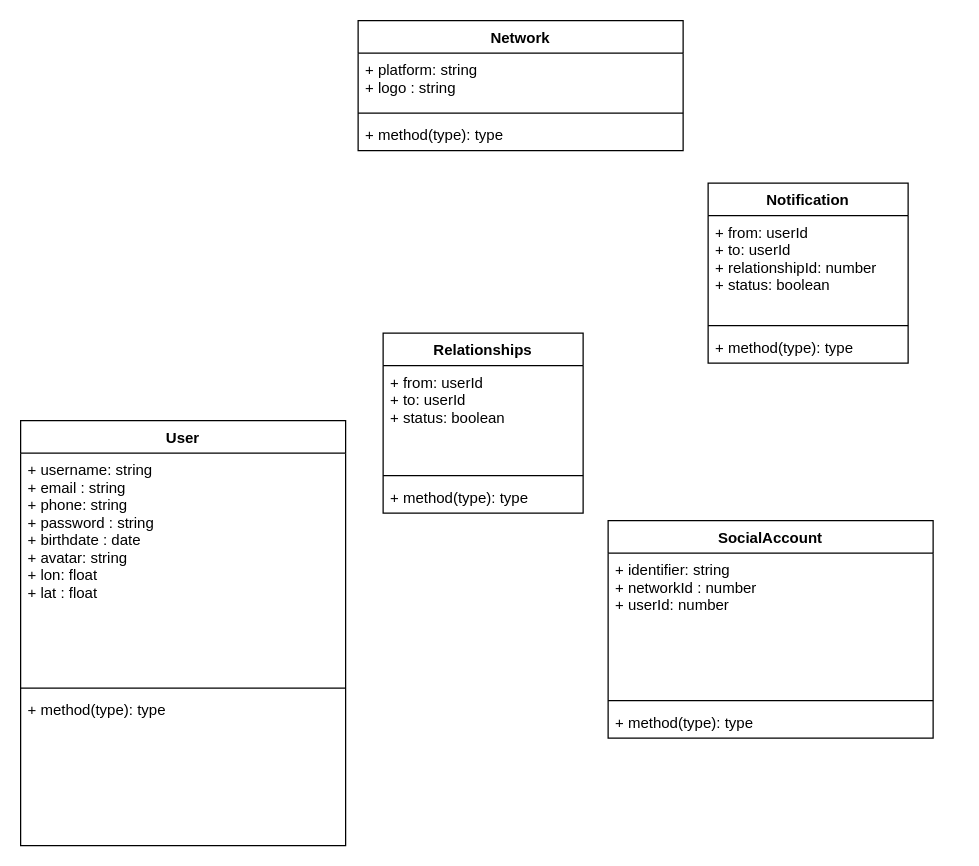
Before: eyeco.drawio in kayode-adechinan/social-api-class-diagram, a draw.io diagram. Source tidied: cells renumbered, new cells numbered last; positions are measured from the earlier drawing's top-left corner, leaving out a move shared by most shapes. Both pictures are drawn from the tidied source at 125%, with x=0, y=0 at pixel (20, 20).
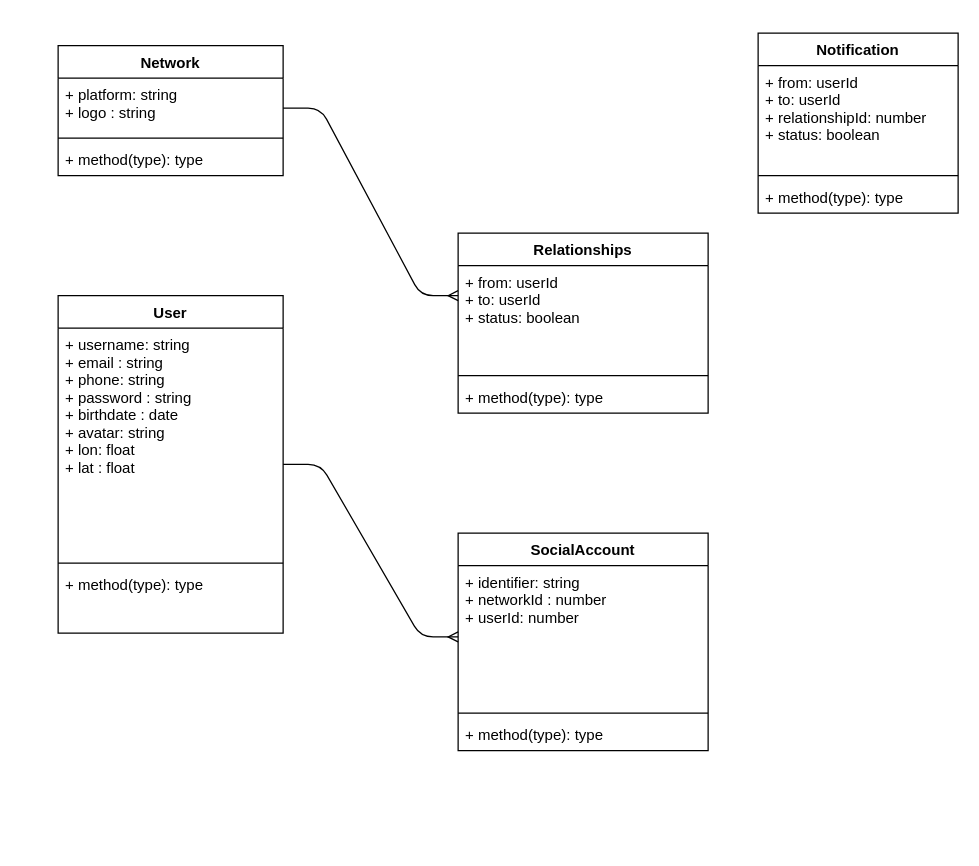
After the change.

The edit, as a diff of the source:
```diff
@@
     <mxCell id="2" value="User" style="swimlane;fontStyle=1;align=center;verticalAlign=top;horizontal=1;startSize=26;" parent="1" vertex="1">
-      <mxGeometry y="320" width="260" height="340" as="geometry" />
+      <mxGeometry x="30" y="220" width="180" height="270" as="geometry" />
     </mxCell>
     <mxCell id="3" value="+ username: string&#10;+ email : string&#10;+ phone: string&#10;+ password : string&#10;+ birthdate : date&#10;+ avatar: string&#10;+ lon: float&#10;+ lat : float" style="text;strokeColor=none;fillColor=none;align=left;verticalAlign=top;spacingLeft=4;spacingRight=4;overflow=hidden;points=[[0,0.5],[1,0.5]];portConstraint=eastwest;" parent="2" vertex="1">
-      <mxGeometry y="26" width="260" height="184" as="geometry" />
+      <mxGeometry y="26" width="180" height="184" as="geometry" />
     </mxCell>
     <mxCell id="4" style="line;strokeWidth=1;fillColor=none;align=left;verticalAlign=middle;spacingTop=-1;spacingLeft=3;spacingRight=3;labelPosition=right;" parent="2" vertex="1">
-      <mxGeometry y="210" width="260" height="8" as="geometry" />
+      <mxGeometry y="210" width="180" height="8" as="geometry" />
     </mxCell>
     <mxCell id="5" value="+ method(type): type" style="text;strokeColor=none;fillColor=none;align=left;verticalAlign=top;spacingLeft=4;spacingRight=4;overflow=hidden;" parent="2" vertex="1">
-      <mxGeometry y="218" width="260" height="122" as="geometry" />
+      <mxGeometry y="218" width="180" height="52" as="geometry" />
     </mxCell>
     <mxCell id="6" value="SocialAccount" style="swimlane;fontStyle=1;align=center;verticalAlign=top;horizontal=1;startSize=26;" parent="1" vertex="1">
-      <mxGeometry x="470" y="400" width="260" height="174" as="geometry" />
+      <mxGeometry x="350" y="410" width="200" height="174" as="geometry" />
     </mxCell>
     <mxCell id="7" value="+ identifier: string&#10;+ networkId : number&#10;+ userId: number" style="text;strokeColor=none;fillColor=none;align=left;verticalAlign=top;spacingLeft=4;spacingRight=4;overflow=hidden;points=[[0,0.5],[1,0.5]];portConstraint=eastwest;" parent="6" vertex="1">
-      <mxGeometry y="26" width="260" height="114" as="geometry" />
+      <mxGeometry y="26" width="200" height="114" as="geometry" />
     </mxCell>
     <mxCell id="8" style="line;strokeWidth=1;fillColor=none;align=left;verticalAlign=middle;spacingTop=-1;spacingLeft=3;spacingRight=3;labelPosition=right;" parent="6" vertex="1">
-      <mxGeometry y="140" width="260" height="8" as="geometry" />
+      <mxGeometry y="140" width="200" height="8" as="geometry" />
     </mxCell>
     <mxCell id="9" value="+ method(type): type" style="text;strokeColor=none;fillColor=none;align=left;verticalAlign=top;spacingLeft=4;spacingRight=4;overflow=hidden;" parent="6" vertex="1">
-      <mxGeometry y="148" width="260" height="26" as="geometry" />
+      <mxGeometry y="148" width="200" height="26" as="geometry" />
     </mxCell>
     <mxCell id="10" value="Network" style="swimlane;fontStyle=1;align=center;verticalAlign=top;horizontal=1;startSize=26;" parent="1" vertex="1">
-      <mxGeometry x="270" width="260" height="104" as="geometry" />
+      <mxGeometry x="30" y="20" width="180" height="104" as="geometry" />
     </mxCell>
     <mxCell id="11" value="+ platform: string&#10;+ logo : string&#10;" style="text;strokeColor=none;fillColor=none;align=left;verticalAlign=top;spacingLeft=4;spacingRight=4;overflow=hidden;" parent="10" vertex="1">
-      <mxGeometry y="26" width="260" height="44" as="geometry" />
+      <mxGeometry y="26" width="180" height="44" as="geometry" />
     </mxCell>
     <mxCell id="12" style="line;strokeWidth=1;fillColor=none;align=left;verticalAlign=middle;spacingTop=-1;spacingLeft=3;spacingRight=3;labelPosition=right;" parent="10" vertex="1">
-      <mxGeometry y="70" width="260" height="8" as="geometry" />
+      <mxGeometry y="70" width="180" height="8" as="geometry" />
     </mxCell>
     <mxCell id="13" value="+ method(type): type" style="text;strokeColor=none;fillColor=none;align=left;verticalAlign=top;spacingLeft=4;spacingRight=4;overflow=hidden;" parent="10" vertex="1">
-      <mxGeometry y="78" width="260" height="26" as="geometry" />
+      <mxGeometry y="78" width="180" height="26" as="geometry" />
     </mxCell>
     <mxCell id="14" value="Relationships" style="swimlane;fontStyle=1;align=center;verticalAlign=top;horizontal=1;startSize=26;" parent="1" vertex="1">
-      <mxGeometry x="290" y="250" width="160" height="144" as="geometry" />
+      <mxGeometry x="350" y="170" width="200" height="144" as="geometry" />
     </mxCell>
     <mxCell id="15" value="+ from: userId&#10;+ to: userId&#10;+ status: boolean" style="text;strokeColor=none;fillColor=none;align=left;verticalAlign=top;spacingLeft=4;spacingRight=4;overflow=hidden;" parent="14" vertex="1">
-      <mxGeometry y="26" width="160" height="84" as="geometry" />
+      <mxGeometry y="26" width="200" height="84" as="geometry" />
     </mxCell>
     <mxCell id="16" style="line;strokeWidth=1;fillColor=none;align=left;verticalAlign=middle;spacingTop=-1;spacingLeft=3;spacingRight=3;labelPosition=right;" parent="14" vertex="1">
-      <mxGeometry y="110" width="160" height="8" as="geometry" />
+      <mxGeometry y="110" width="200" height="8" as="geometry" />
     </mxCell>
     <mxCell id="17" value="+ method(type): type" style="text;strokeColor=none;fillColor=none;align=left;verticalAlign=top;spacingLeft=4;spacingRight=4;overflow=hidden;" parent="14" vertex="1">
-      <mxGeometry y="118" width="160" height="26" as="geometry" />
+      <mxGeometry y="118" width="200" height="26" as="geometry" />
     </mxCell>
     <mxCell id="18" value="Notification" style="swimlane;fontStyle=1;align=center;verticalAlign=top;horizontal=1;startSize=26;" parent="1" vertex="1">
-      <mxGeometry x="550" y="130" width="160" height="144" as="geometry" />
+      <mxGeometry x="590" y="10" width="160" height="144" as="geometry" />
     </mxCell>
@@
+    <mxCell id="22" style="edgeStyle=entityRelationEdgeStyle;fontSize=12;html=1;endArrow=ERmany;exitX=1;exitY=0.592;exitDx=0;exitDy=0;exitPerimeter=0;entryX=0;entryY=0.5;entryDx=0;entryDy=0;" parent="1" edge="1" source="3" target="7">
+      <mxGeometry relative="1" as="geometry" />
+    </mxCell>
+    <mxCell id="23" style="edgeStyle=entityRelationEdgeStyle;fontSize=12;html=1;endArrow=ERmany;" parent="1" edge="1">
+      <mxGeometry relative="1" as="geometry">
+        <mxPoint x="210" y="70" as="sourcePoint" />
+        <mxPoint x="350" y="220" as="targetPoint" />
+      </mxGeometry>
+    </mxCell>
```
